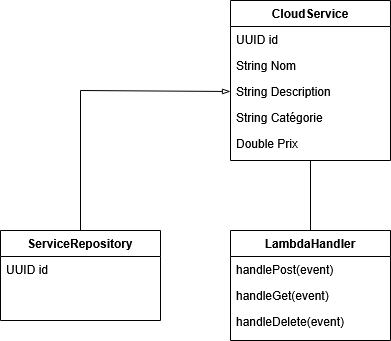
Earlier version of the draw.io export UML_Diagrams/Diagramme_de_classes.png (hafsaa22/API_REST_Serverless). Source tidied: cells renumbered, new cells last; positions are measured from the earlier drawing's top-left corner, leaving out a move shared by most shapes.
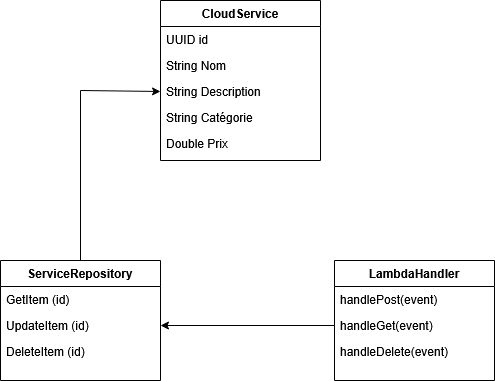
The same file after the commit.

Commit message:
Diagramme de classes Ver. finale

Change to the diagram source:
```diff
@@ -3,7 +3,7 @@
     <mxCell id="0" />
     <mxCell id="1" parent="0" />
     <mxCell id="2" value="CloudService" style="swimlane;fontStyle=1;align=center;verticalAlign=top;horizontal=1;startSize=26;rounded=0;shadow=0;strokeWidth=1;" parent="1" vertex="1">
-      <mxGeometry x="230" width="160" height="160" as="geometry" />
+      <mxGeometry x="160" y="-30" width="160" height="160" as="geometry" />
     </mxCell>
     <mxCell id="3" value="UUID id" style="text;align=left;verticalAlign=top;spacingLeft=4;spacingRight=4;overflow=hidden;" parent="2" vertex="1">
       <mxGeometry y="26" width="160" height="26" as="geometry" />
@@ -21,7 +21,7 @@
       <mxGeometry y="130" width="160" height="26" as="geometry" />
     </mxCell>
     <mxCell id="8" value="LambdaHandler" style="swimlane;fontStyle=1;align=center;verticalAlign=top;horizontal=1;startSize=26;rounded=0;shadow=0;strokeWidth=1;" parent="1" vertex="1">
-      <mxGeometry x="230" y="230" width="160" height="110" as="geometry" />
+      <mxGeometry x="334" y="230" width="160" height="120" as="geometry" />
     </mxCell>
     <mxCell id="9" value="handlePost(event)" style="text;align=left;verticalAlign=top;spacingLeft=4;spacingRight=4;overflow=hidden;" parent="8" vertex="1">
       <mxGeometry y="26" width="160" height="26" as="geometry" />
@@ -32,21 +32,25 @@
     <mxCell id="11" value="handleDelete(event)" style="text;align=left;verticalAlign=top;spacingLeft=4;spacingRight=4;overflow=hidden;rounded=0;shadow=0;html=0;" parent="8" vertex="1">
       <mxGeometry y="78" width="160" height="26" as="geometry" />
     </mxCell>
-    <mxCell id="12" style="endArrow=none;html=1;rounded=0;entryX=0.5;entryY=1;entryDx=0;entryDy=0;" parent="1" edge="1" target="2">
-      <mxGeometry relative="1" as="geometry">
-        <mxPoint x="310" y="230" as="sourcePoint" />
-      </mxGeometry>
-    </mxCell>
     <mxCell id="13" value="ServiceRepository" style="swimlane;fontStyle=1;align=center;verticalAlign=top;horizontal=1;startSize=26;rounded=0;shadow=0;strokeWidth=1;" parent="1" vertex="1">
-      <mxGeometry y="230" width="160" height="90" as="geometry" />
+      <mxGeometry y="230" width="160" height="120" as="geometry" />
     </mxCell>
-    <mxCell id="14" value="UUID id" style="text;align=left;verticalAlign=top;spacingLeft=4;spacingRight=4;overflow=hidden;" parent="13" vertex="1">
+    <mxCell id="14" value="GetItem (id) " style="text;align=left;verticalAlign=top;spacingLeft=4;spacingRight=4;overflow=hidden;" parent="13" vertex="1">
       <mxGeometry y="26" width="160" height="26" as="geometry" />
     </mxCell>
+    <mxCell id="16" value="UpdateItem (id) " style="text;align=left;verticalAlign=top;spacingLeft=4;spacingRight=4;overflow=hidden;points=[[0,0.5],[1,0.5]];portConstraint=eastwest;" parent="13" vertex="1">
+      <mxGeometry y="52" width="160" height="26" as="geometry" />
+    </mxCell>
+    <mxCell id="17" value="DeleteItem (id) " style="text;align=left;verticalAlign=top;spacingLeft=4;spacingRight=4;overflow=hidden;" parent="13" vertex="1">
+      <mxGeometry y="78" width="160" height="26" as="geometry" />
+    </mxCell>
+    <mxCell id="18" style="endArrow=classic;html=1;rounded=0;entryX=1;entryY=0.5;entryDx=0;entryDy=0;exitX=0;exitY=0.5;exitDx=0;exitDy=0;" parent="1" edge="1" source="10" target="16">
+      <mxGeometry relative="1" as="geometry" />
+    </mxCell>
-    <mxCell id="15" style="endArrow=blockThin;html=1;rounded=0;endFill=0;entryX=0;entryY=0.5;entryDx=0;entryDy=0;exitX=0.5;exitY=0;exitDx=0;exitDy=0;" parent="1" edge="1" source="13" target="5">
+    <mxCell id="15" style="endArrow=classic;html=1;rounded=0;entryX=0;entryY=0.5;entryDx=0;entryDy=0;exitX=0.5;exitY=0;exitDx=0;exitDy=0;" parent="1" edge="1" source="13" target="5">
       <mxGeometry relative="1" as="geometry">
         <Array as="points">
-          <mxPoint x="80" y="90" />
+          <mxPoint x="80" y="60" />
         </Array>
       </mxGeometry>
     </mxCell>
```
